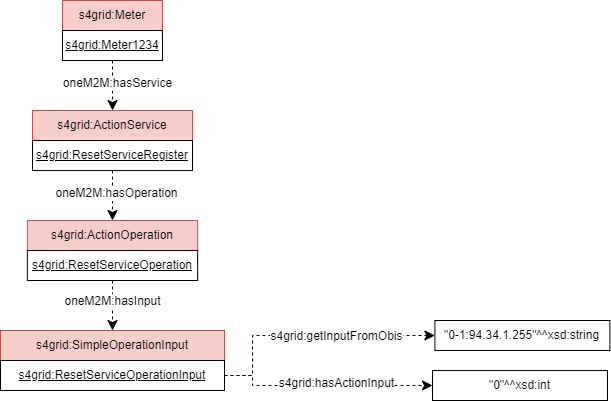
Above: documentation/diagrams/SAREF4GRID_Example_action_1.png in Sergio-Carulli/saref4grid (draw.io), before the change. Source tidied: cells renumbered, new cells last; positions are measured from the earlier drawing's top-left corner, leaving out a move shared by most shapes. The source it was exported from:
```xml
<mxGraphModel>
  <root>
    <mxCell id="0" />
    <mxCell id="1" parent="0" />
    <mxCell id="2" style="endArrow=classic;html=1;endSize=8;arcSize=0;rounded=0;entryX=0.5;entryY=0;entryDx=0;entryDy=0;dashed=1;exitX=0.5;exitY=1;exitDx=0;exitDy=0;" parent="1" edge="1" source="15" target="16">
      <mxGeometry relative="1" as="geometry" />
    </mxCell>
    <mxCell id="3" value="&lt;div&gt;oneM2M:hasService&lt;/div&gt;" style="text;html=1;align=center;verticalAlign=middle;labelBackgroundColor=#ffffff;" parent="2" vertex="1">
      <mxGeometry x="-0.13" relative="1" as="geometry">
        <mxPoint x="4" as="offset" />
      </mxGeometry>
    </mxCell>
    <mxCell id="4" style="endArrow=classic;html=1;endSize=8;arcSize=0;rounded=0;entryX=0.5;entryY=0;entryDx=0;entryDy=0;exitX=0.5;exitY=1;exitDx=0;exitDy=0;dashed=1;" parent="1" edge="1" source="17" target="18">
      <mxGeometry relative="1" as="geometry" />
    </mxCell>
    <mxCell id="5" value="&lt;div&gt;oneM2M:hasOperation&lt;/div&gt;" style="text;html=1;align=center;verticalAlign=middle;labelBackgroundColor=#ffffff;" parent="4" vertex="1">
      <mxGeometry x="-0.13" relative="1" as="geometry">
        <mxPoint x="3" as="offset" />
      </mxGeometry>
    </mxCell>
    <mxCell id="6" style="endArrow=classic;html=1;endSize=8;arcSize=0;rounded=0;entryX=0.5;entryY=0;entryDx=0;entryDy=0;exitX=0.5;exitY=1;exitDx=0;exitDy=0;dashed=1;" parent="1" edge="1" source="19" target="20">
      <mxGeometry relative="1" as="geometry" />
    </mxCell>
    <mxCell id="7" value="oneM2M:hasInput" style="text;html=1;align=center;verticalAlign=middle;labelBackgroundColor=#ffffff;" parent="1" vertex="1">
      <mxGeometry x="112" y="300" as="geometry" />
    </mxCell>
    <mxCell id="8" value="&quot;0-1:94.34.1.255&quot;^^xsd:string" style="rounded=0;whiteSpace=wrap;html=1;snapToPoint=1;align=center;" parent="1" vertex="1">
      <mxGeometry x="434.4" y="320" width="175" height="30" as="geometry" />
    </mxCell>
    <mxCell id="9" style="endArrow=classic;html=1;endSize=8;arcSize=0;rounded=0;exitX=1;exitY=0.5;exitDx=0;exitDy=0;dashed=1;entryX=0;entryY=0.5;entryDx=0;entryDy=0;edgeStyle=orthogonalEdgeStyle;" parent="1" edge="1" source="21" target="8">
      <mxGeometry relative="1" as="geometry">
        <Array as="points">
          <mxPoint x="252" y="375" />
          <mxPoint x="252" y="335" />
        </Array>
      </mxGeometry>
    </mxCell>
    <mxCell id="10" value="s4grid:getInputFromObis" style="text;html=1;align=center;verticalAlign=middle;labelBackgroundColor=#ffffff;" parent="1" vertex="1">
      <mxGeometry x="332" y="328" as="geometry">
        <mxPoint x="4" y="7" as="offset" />
      </mxGeometry>
    </mxCell>
    <mxCell id="11" value="&quot;0&quot;^^xsd:int" style="rounded=0;whiteSpace=wrap;html=1;snapToPoint=1;align=center;" parent="1" vertex="1">
      <mxGeometry x="432" y="370" width="175" height="30" as="geometry" />
    </mxCell>
    <mxCell id="12" style="endArrow=classic;html=1;endSize=8;arcSize=0;rounded=0;exitX=1;exitY=0.5;exitDx=0;exitDy=0;dashed=1;entryX=0;entryY=0.5;entryDx=0;entryDy=0;edgeStyle=orthogonalEdgeStyle;" parent="1" edge="1" source="21" target="11">
      <mxGeometry relative="1" as="geometry">
        <Array as="points">
          <mxPoint x="252" y="375" />
          <mxPoint x="252" y="385" />
        </Array>
      </mxGeometry>
    </mxCell>
    <mxCell id="13" value="s4grid:hasActionInput" style="text;html=1;align=center;verticalAlign=middle;labelBackgroundColor=#ffffff;" parent="1" vertex="1">
      <mxGeometry x="332" y="375" as="geometry">
        <mxPoint x="4" y="7" as="offset" />
      </mxGeometry>
    </mxCell>
    <mxCell id="14" value="s4grid:Meter" style="rounded=0;whiteSpace=wrap;html=1;fillColor=#f8cecc;strokeColor=#b85450;" parent="1" vertex="1">
      <mxGeometry x="62" width="100" height="30" as="geometry" />
    </mxCell>
    <mxCell id="15" value="&lt;u&gt;s4grid:Meter1234&lt;/u&gt;" style="rounded=0;whiteSpace=wrap;html=1;snapToPoint=1;points=[[0.1,0],[0.2,0],[0.3,0],[0.4,0],[0.5,0],[0.6,0],[0.7,0],[0.8,0],[0.9,0],[0,0.1],[0,0.3],[0,0.5],[0,0.7],[0,0.9],[0.1,1],[0.2,1],[0.3,1],[0.4,1],[0.5,1],[0.6,1],[0.7,1],[0.8,1],[0.9,1],[1,0.1],[1,0.3],[1,0.5],[1,0.7],[1,0.9]];" parent="1" vertex="1">
      <mxGeometry x="62" y="30" width="100" height="30" as="geometry" />
    </mxCell>
    <mxCell id="16" value="s4grid:ActionService" style="rounded=0;whiteSpace=wrap;html=1;snapToPoint=1;points=[[0.1,0],[0.2,0],[0.3,0],[0.4,0],[0.5,0],[0.6,0],[0.7,0],[0.8,0],[0.9,0],[0,0.1],[0,0.3],[0,0.5],[0,0.7],[0,0.9],[0.1,1],[0.2,1],[0.3,1],[0.4,1],[0.5,1],[0.6,1],[0.7,1],[0.8,1],[0.9,1],[1,0.1],[1,0.3],[1,0.5],[1,0.7],[1,0.9]];fillColor=#f8cecc;strokeColor=#b85450;" parent="1" vertex="1">
      <mxGeometry x="32" y="110" width="160" height="30" as="geometry" />
    </mxCell>
    <mxCell id="17" value="&lt;u&gt;s4grid:ResetServiceRegister&lt;/u&gt;" style="rounded=0;whiteSpace=wrap;html=1;snapToPoint=1;points=[[0.1,0],[0.2,0],[0.3,0],[0.4,0],[0.5,0],[0.6,0],[0.7,0],[0.8,0],[0.9,0],[0,0.1],[0,0.3],[0,0.5],[0,0.7],[0,0.9],[0.1,1],[0.2,1],[0.3,1],[0.4,1],[0.5,1],[0.6,1],[0.7,1],[0.8,1],[0.9,1],[1,0.1],[1,0.3],[1,0.5],[1,0.7],[1,0.9]];" parent="1" vertex="1">
      <mxGeometry x="32" y="140" width="160" height="30" as="geometry" />
    </mxCell>
    <mxCell id="18" value="s4grid:ActionOperation" style="rounded=0;whiteSpace=wrap;html=1;snapToPoint=1;points=[[0.1,0],[0.2,0],[0.3,0],[0.4,0],[0.5,0],[0.6,0],[0.7,0],[0.8,0],[0.9,0],[0,0.1],[0,0.3],[0,0.5],[0,0.7],[0,0.9],[0.1,1],[0.2,1],[0.3,1],[0.4,1],[0.5,1],[0.6,1],[0.7,1],[0.8,1],[0.9,1],[1,0.1],[1,0.3],[1,0.5],[1,0.7],[1,0.9]];fillColor=#f8cecc;strokeColor=#b85450;" parent="1" vertex="1">
      <mxGeometry x="26.9" y="220" width="170.3" height="30" as="geometry" />
    </mxCell>
    <mxCell id="19" value="&lt;u&gt;s4grid:ResetServiceOperation&lt;/u&gt;" style="rounded=0;whiteSpace=wrap;html=1;snapToPoint=1;points=[[0.1,0],[0.2,0],[0.3,0],[0.4,0],[0.5,0],[0.6,0],[0.7,0],[0.8,0],[0.9,0],[0,0.1],[0,0.3],[0,0.5],[0,0.7],[0,0.9],[0.1,1],[0.2,1],[0.3,1],[0.4,1],[0.5,1],[0.6,1],[0.7,1],[0.8,1],[0.9,1],[1,0.1],[1,0.3],[1,0.5],[1,0.7],[1,0.9]];" parent="1" vertex="1">
      <mxGeometry x="26.9" y="250" width="170.3" height="30" as="geometry" />
    </mxCell>
    <mxCell id="20" value="s4grid:SimpleOperationInput" style="rounded=0;whiteSpace=wrap;html=1;snapToPoint=1;points=[[0.1,0],[0.2,0],[0.3,0],[0.4,0],[0.5,0],[0.6,0],[0.7,0],[0.8,0],[0.9,0],[0,0.1],[0,0.3],[0,0.5],[0,0.7],[0,0.9],[0.1,1],[0.2,1],[0.3,1],[0.4,1],[0.5,1],[0.6,1],[0.7,1],[0.8,1],[0.9,1],[1,0.1],[1,0.3],[1,0.5],[1,0.7],[1,0.9]];fillColor=#f8cecc;strokeColor=#b85450;" parent="1" vertex="1">
      <mxGeometry y="330" width="224" height="30" as="geometry" />
    </mxCell>
    <mxCell id="21" value="&lt;u style=&quot;border-color: var(--border-color);&quot;&gt;s4grid:ResetServiceOperationInput&lt;/u&gt;" style="rounded=0;whiteSpace=wrap;html=1;snapToPoint=1;points=[[0.1,0],[0.2,0],[0.3,0],[0.4,0],[0.5,0],[0.6,0],[0.7,0],[0.8,0],[0.9,0],[0,0.1],[0,0.3],[0,0.5],[0,0.7],[0,0.9],[0.1,1],[0.2,1],[0.3,1],[0.4,1],[0.5,1],[0.6,1],[0.7,1],[0.8,1],[0.9,1],[1,0.1],[1,0.3],[1,0.5],[1,0.7],[1,0.9]];" parent="1" vertex="1">
      <mxGeometry y="360" width="224" height="30" as="geometry" />
    </mxCell>
  </root>
</mxGraphModel>
```
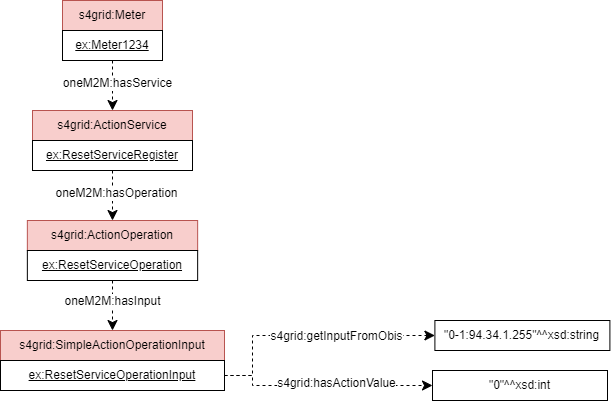
After the commit.

The edit, as a diff of the source:
```diff
@@ -51,7 +51,7 @@
         </Array>
       </mxGeometry>
     </mxCell>
-    <mxCell id="13" value="s4grid:hasActionInput" style="text;html=1;align=center;verticalAlign=middle;labelBackgroundColor=#ffffff;" parent="1" vertex="1">
+    <mxCell id="13" value="s4grid:hasActionValue" style="text;html=1;align=center;verticalAlign=middle;labelBackgroundColor=#ffffff;" parent="1" vertex="1">
       <mxGeometry x="332" y="375" as="geometry">
         <mxPoint x="4" y="7" as="offset" />
       </mxGeometry>
@@ -59,25 +59,25 @@
     <mxCell id="14" value="s4grid:Meter" style="rounded=0;whiteSpace=wrap;html=1;fillColor=#f8cecc;strokeColor=#b85450;" parent="1" vertex="1">
       <mxGeometry x="62" width="100" height="30" as="geometry" />
     </mxCell>
-    <mxCell id="15" value="&lt;u&gt;s4grid:Meter1234&lt;/u&gt;" style="rounded=0;whiteSpace=wrap;html=1;snapToPoint=1;points=[[0.1,0],[0.2,0],[0.3,0],[0.4,0],[0.5,0],[0.6,0],[0.7,0],[0.8,0],[0.9,0],[0,0.1],[0,0.3],[0,0.5],[0,0.7],[0,0.9],[0.1,1],[0.2,1],[0.3,1],[0.4,1],[0.5,1],[0.6,1],[0.7,1],[0.8,1],[0.9,1],[1,0.1],[1,0.3],[1,0.5],[1,0.7],[1,0.9]];" parent="1" vertex="1">
+    <mxCell id="15" value="&lt;u&gt;ex:Meter1234&lt;/u&gt;" style="rounded=0;whiteSpace=wrap;html=1;snapToPoint=1;points=[[0.1,0],[0.2,0],[0.3,0],[0.4,0],[0.5,0],[0.6,0],[0.7,0],[0.8,0],[0.9,0],[0,0.1],[0,0.3],[0,0.5],[0,0.7],[0,0.9],[0.1,1],[0.2,1],[0.3,1],[0.4,1],[0.5,1],[0.6,1],[0.7,1],[0.8,1],[0.9,1],[1,0.1],[1,0.3],[1,0.5],[1,0.7],[1,0.9]];" parent="1" vertex="1">
       <mxGeometry x="62" y="30" width="100" height="30" as="geometry" />
     </mxCell>
     <mxCell id="16" value="s4grid:ActionService" style="rounded=0;whiteSpace=wrap;html=1;snapToPoint=1;points=[[0.1,0],[0.2,0],[0.3,0],[0.4,0],[0.5,0],[0.6,0],[0.7,0],[0.8,0],[0.9,0],[0,0.1],[0,0.3],[0,0.5],[0,0.7],[0,0.9],[0.1,1],[0.2,1],[0.3,1],[0.4,1],[0.5,1],[0.6,1],[0.7,1],[0.8,1],[0.9,1],[1,0.1],[1,0.3],[1,0.5],[1,0.7],[1,0.9]];fillColor=#f8cecc;strokeColor=#b85450;" parent="1" vertex="1">
       <mxGeometry x="32" y="110" width="160" height="30" as="geometry" />
     </mxCell>
-    <mxCell id="17" value="&lt;u&gt;s4grid:ResetServiceRegister&lt;/u&gt;" style="rounded=0;whiteSpace=wrap;html=1;snapToPoint=1;points=[[0.1,0],[0.2,0],[0.3,0],[0.4,0],[0.5,0],[0.6,0],[0.7,0],[0.8,0],[0.9,0],[0,0.1],[0,0.3],[0,0.5],[0,0.7],[0,0.9],[0.1,1],[0.2,1],[0.3,1],[0.4,1],[0.5,1],[0.6,1],[0.7,1],[0.8,1],[0.9,1],[1,0.1],[1,0.3],[1,0.5],[1,0.7],[1,0.9]];" parent="1" vertex="1">
+    <mxCell id="17" value="&lt;u&gt;ex:ResetServiceRegister&lt;/u&gt;" style="rounded=0;whiteSpace=wrap;html=1;snapToPoint=1;points=[[0.1,0],[0.2,0],[0.3,0],[0.4,0],[0.5,0],[0.6,0],[0.7,0],[0.8,0],[0.9,0],[0,0.1],[0,0.3],[0,0.5],[0,0.7],[0,0.9],[0.1,1],[0.2,1],[0.3,1],[0.4,1],[0.5,1],[0.6,1],[0.7,1],[0.8,1],[0.9,1],[1,0.1],[1,0.3],[1,0.5],[1,0.7],[1,0.9]];" parent="1" vertex="1">
       <mxGeometry x="32" y="140" width="160" height="30" as="geometry" />
     </mxCell>
     <mxCell id="18" value="s4grid:ActionOperation" style="rounded=0;whiteSpace=wrap;html=1;snapToPoint=1;points=[[0.1,0],[0.2,0],[0.3,0],[0.4,0],[0.5,0],[0.6,0],[0.7,0],[0.8,0],[0.9,0],[0,0.1],[0,0.3],[0,0.5],[0,0.7],[0,0.9],[0.1,1],[0.2,1],[0.3,1],[0.4,1],[0.5,1],[0.6,1],[0.7,1],[0.8,1],[0.9,1],[1,0.1],[1,0.3],[1,0.5],[1,0.7],[1,0.9]];fillColor=#f8cecc;strokeColor=#b85450;" parent="1" vertex="1">
       <mxGeometry x="26.9" y="220" width="170.3" height="30" as="geometry" />
     </mxCell>
-    <mxCell id="19" value="&lt;u&gt;s4grid:ResetServiceOperation&lt;/u&gt;" style="rounded=0;whiteSpace=wrap;html=1;snapToPoint=1;points=[[0.1,0],[0.2,0],[0.3,0],[0.4,0],[0.5,0],[0.6,0],[0.7,0],[0.8,0],[0.9,0],[0,0.1],[0,0.3],[0,0.5],[0,0.7],[0,0.9],[0.1,1],[0.2,1],[0.3,1],[0.4,1],[0.5,1],[0.6,1],[0.7,1],[0.8,1],[0.9,1],[1,0.1],[1,0.3],[1,0.5],[1,0.7],[1,0.9]];" parent="1" vertex="1">
+    <mxCell id="19" value="&lt;u&gt;ex:ResetServiceOperation&lt;/u&gt;" style="rounded=0;whiteSpace=wrap;html=1;snapToPoint=1;points=[[0.1,0],[0.2,0],[0.3,0],[0.4,0],[0.5,0],[0.6,0],[0.7,0],[0.8,0],[0.9,0],[0,0.1],[0,0.3],[0,0.5],[0,0.7],[0,0.9],[0.1,1],[0.2,1],[0.3,1],[0.4,1],[0.5,1],[0.6,1],[0.7,1],[0.8,1],[0.9,1],[1,0.1],[1,0.3],[1,0.5],[1,0.7],[1,0.9]];" parent="1" vertex="1">
       <mxGeometry x="26.9" y="250" width="170.3" height="30" as="geometry" />
     </mxCell>
-    <mxCell id="20" value="s4grid:SimpleOperationInput" style="rounded=0;whiteSpace=wrap;html=1;snapToPoint=1;points=[[0.1,0],[0.2,0],[0.3,0],[0.4,0],[0.5,0],[0.6,0],[0.7,0],[0.8,0],[0.9,0],[0,0.1],[0,0.3],[0,0.5],[0,0.7],[0,0.9],[0.1,1],[0.2,1],[0.3,1],[0.4,1],[0.5,1],[0.6,1],[0.7,1],[0.8,1],[0.9,1],[1,0.1],[1,0.3],[1,0.5],[1,0.7],[1,0.9]];fillColor=#f8cecc;strokeColor=#b85450;" parent="1" vertex="1">
+    <mxCell id="20" value="s4grid:SimpleActionOperationInput" style="rounded=0;whiteSpace=wrap;html=1;snapToPoint=1;points=[[0.1,0],[0.2,0],[0.3,0],[0.4,0],[0.5,0],[0.6,0],[0.7,0],[0.8,0],[0.9,0],[0,0.1],[0,0.3],[0,0.5],[0,0.7],[0,0.9],[0.1,1],[0.2,1],[0.3,1],[0.4,1],[0.5,1],[0.6,1],[0.7,1],[0.8,1],[0.9,1],[1,0.1],[1,0.3],[1,0.5],[1,0.7],[1,0.9]];fillColor=#f8cecc;strokeColor=#b85450;" parent="1" vertex="1">
       <mxGeometry y="330" width="224" height="30" as="geometry" />
     </mxCell>
-    <mxCell id="21" value="&lt;u style=&quot;border-color: var(--border-color);&quot;&gt;s4grid:ResetServiceOperationInput&lt;/u&gt;" style="rounded=0;whiteSpace=wrap;html=1;snapToPoint=1;points=[[0.1,0],[0.2,0],[0.3,0],[0.4,0],[0.5,0],[0.6,0],[0.7,0],[0.8,0],[0.9,0],[0,0.1],[0,0.3],[0,0.5],[0,0.7],[0,0.9],[0.1,1],[0.2,1],[0.3,1],[0.4,1],[0.5,1],[0.6,1],[0.7,1],[0.8,1],[0.9,1],[1,0.1],[1,0.3],[1,0.5],[1,0.7],[1,0.9]];" parent="1" vertex="1">
+    <mxCell id="21" value="&lt;u style=&quot;border-color: var(--border-color);&quot;&gt;ex:ResetServiceOperationInput&lt;/u&gt;" style="rounded=0;whiteSpace=wrap;html=1;snapToPoint=1;points=[[0.1,0],[0.2,0],[0.3,0],[0.4,0],[0.5,0],[0.6,0],[0.7,0],[0.8,0],[0.9,0],[0,0.1],[0,0.3],[0,0.5],[0,0.7],[0,0.9],[0.1,1],[0.2,1],[0.3,1],[0.4,1],[0.5,1],[0.6,1],[0.7,1],[0.8,1],[0.9,1],[1,0.1],[1,0.3],[1,0.5],[1,0.7],[1,0.9]];" parent="1" vertex="1">
       <mxGeometry y="360" width="224" height="30" as="geometry" />
     </mxCell>
   </root>
```
